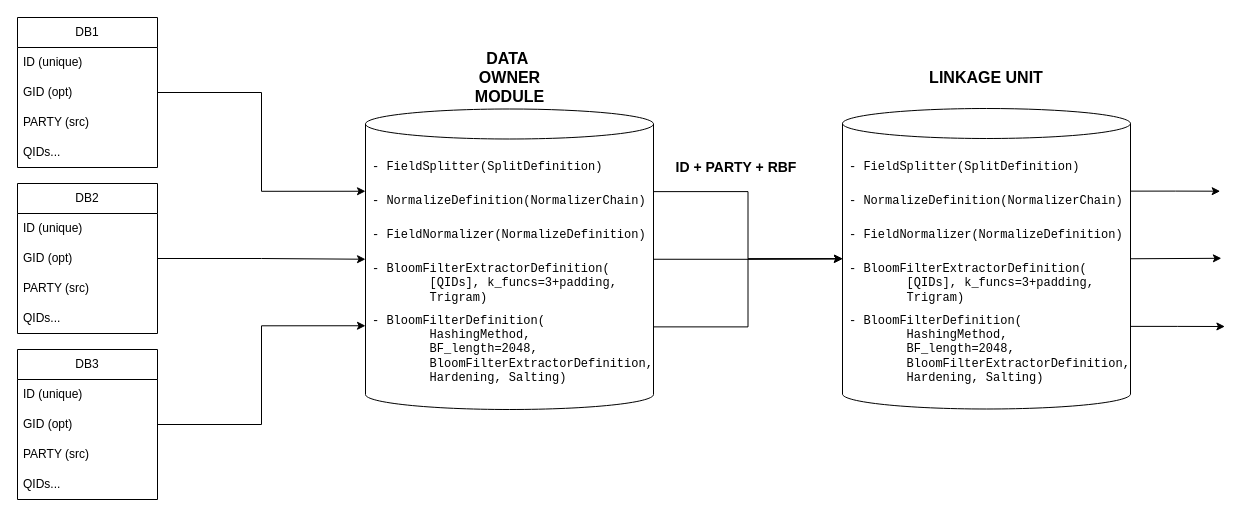
Above: Diagrams/PRIMAT_workflow.drawio in giove29/DataRiver-PPRL (draw.io), before the change. Source tidied: cells renumbered, new cells numbered last; positions are measured from the earlier drawing's top-left corner, leaving out a move shared by most shapes. Both pictures are drawn from the tidied source at 100%, with x=0, y=0 at pixel (17, 17).
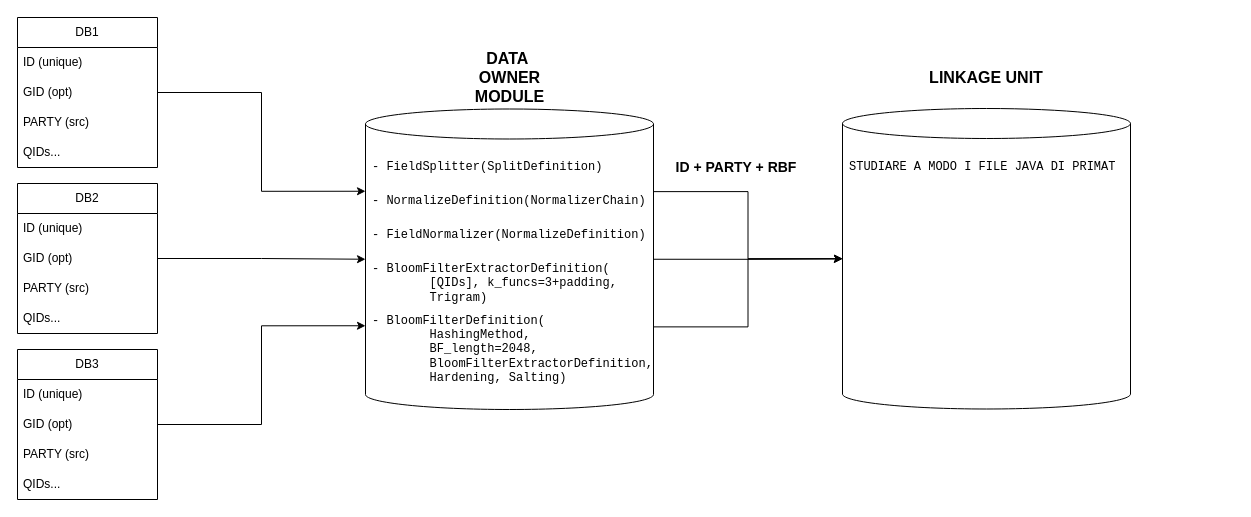
After the change.

The change refers to these unchanged cells:
```xml
<mxCell id="31" style="shape=cylinder3;whiteSpace=wrap;html=1;boundedLbl=1;backgroundOutline=1;size=15;" parent="1" vertex="1">
  <mxGeometry x="825" y="91" width="288" height="300.5" as="geometry" />
</mxCell>
```

Change to the diagram source:
```diff
@@
-    <mxCell id="28" style="edgeStyle=orthogonalEdgeStyle;rounded=0;jettySize=auto;html=1;exitX=1;exitY=0;exitDx=0;exitDy=82.625;exitPerimeter=0;" parent="1" edge="1" source="31">
-      <mxGeometry relative="1" as="geometry">
-        <mxPoint x="1202.7" y="173.7" as="targetPoint" />
-      </mxGeometry>
-    </mxCell>
-    <mxCell id="29" style="edgeStyle=orthogonalEdgeStyle;rounded=0;jettySize=auto;html=1;exitX=1;exitY=0.5;exitDx=0;exitDy=0;exitPerimeter=0;" parent="1" edge="1" source="31">
-      <mxGeometry relative="1" as="geometry">
-        <mxPoint x="1203.9" y="240.8" as="targetPoint" />
-      </mxGeometry>
-    </mxCell>
-    <mxCell id="30" style="edgeStyle=orthogonalEdgeStyle;rounded=0;jettySize=auto;html=1;exitX=1;exitY=0;exitDx=0;exitDy=217.875;exitPerimeter=0;" parent="1" edge="1" source="31">
-      <mxGeometry relative="1" as="geometry">
-        <mxPoint x="1207.4" y="309" as="targetPoint" />
-      </mxGeometry>
-    </mxCell>
@@
-    <mxCell id="33" value="&lt;div style=&quot;&quot;&gt;&lt;pre style=&quot;font-family:'JetBrains Mono',monospace;font-size:9,8pt;&quot;&gt;- FieldSplitter(SplitDefinition)&lt;/pre&gt;&lt;/div&gt;" style="text;html=1;whiteSpace=wrap;strokeColor=none;fillColor=none;align=left;verticalAlign=middle;rounded=0;labelBackgroundColor=default;fontColor=light-dark(#000000,#FFFFFF);" parent="1" vertex="1">
+    <mxCell id="33" value="&lt;div style=&quot;&quot;&gt;&lt;pre style=&quot;font-family:'JetBrains Mono',monospace;font-size:9,8pt;&quot;&gt;STUDIARE A MODO I FILE JAVA DI PRIMAT&lt;/pre&gt;&lt;/div&gt;" style="text;html=1;whiteSpace=wrap;strokeColor=none;fillColor=none;align=left;verticalAlign=middle;rounded=0;labelBackgroundColor=default;fontColor=light-dark(#000000,#FFFFFF);" parent="1" vertex="1">
       <mxGeometry x="830" y="134.5" width="60" height="30" as="geometry" />
     </mxCell>
-    <mxCell id="34" value="&lt;div style=&quot;&quot;&gt;&lt;pre style=&quot;font-family:'JetBrains Mono',monospace;font-size:9,8pt;&quot;&gt;- NormalizeDefinition(NormalizerChain)&lt;br&gt;&lt;/pre&gt;&lt;/div&gt;" style="text;html=1;whiteSpace=wrap;strokeColor=none;fillColor=none;align=left;verticalAlign=middle;rounded=0;fontColor=default;labelBackgroundColor=default;" parent="1" vertex="1">
-      <mxGeometry x="830" y="168.5" width="60" height="30" as="geometry" />
-    </mxCell>
-    <mxCell id="35" value="&lt;div style=&quot;&quot;&gt;&lt;pre style=&quot;font-family:'JetBrains Mono',monospace;font-size:9,8pt;&quot;&gt;- FieldNormalizer(NormalizeDefinition)&lt;/pre&gt;&lt;/div&gt;" style="text;html=1;whiteSpace=wrap;strokeColor=none;fillColor=none;align=left;verticalAlign=middle;rounded=0;labelBackgroundColor=default;fontColor=light-dark(#000000,#FFFFFF);" parent="1" vertex="1">
-      <mxGeometry x="830" y="202.5" width="60" height="30" as="geometry" />
-    </mxCell>
-    <mxCell id="36" value="&lt;div style=&quot;&quot;&gt;&lt;pre style=&quot;font-family:'JetBrains Mono',monospace;font-size:9,8pt;&quot;&gt;- BloomFilterExtractorDefinition(&lt;br&gt;&lt;span style=&quot;white-space: pre;&quot;&gt;&#9;&lt;/span&gt;[QIDs], k_funcs=3+padding,&lt;br&gt;&lt;span style=&quot;white-space: pre;&quot;&gt;&#9;&lt;/span&gt;Trigram)&lt;/pre&gt;&lt;/div&gt;" style="text;html=1;whiteSpace=wrap;fillColor=none;align=left;verticalAlign=middle;rounded=0;labelBackgroundColor=none;textShadow=0;" parent="1" vertex="1">
-      <mxGeometry x="830" y="250.5" width="60" height="30" as="geometry" />
-    </mxCell>
-    <mxCell id="37" value="&lt;div style=&quot;&quot;&gt;&lt;pre style=&quot;&quot;&gt;&lt;font face=&quot;JetBrains Mono, monospace&quot;&gt;- BloomFilterDefinition(&lt;br&gt;&lt;span style=&quot;white-space: pre;&quot;&gt;&#9;&lt;/span&gt;HashingMethod,&lt;br&gt;&lt;span style=&quot;white-space: pre;&quot;&gt;&#9;&lt;/span&gt;BF_length=2048,&lt;br&gt;&lt;span style=&quot;white-space: pre;&quot;&gt;&#9;&lt;/span&gt;BloomFilterExtractorDefinition,&lt;br&gt;&lt;span style=&quot;white-space: pre;&quot;&gt;&#9;&lt;/span&gt;Hardening, Salting)&lt;br&gt;&lt;/font&gt;&lt;font face=&quot;JetBrains Mono, monospace&quot;&gt;&lt;/font&gt;&lt;/pre&gt;&lt;/div&gt;" style="text;html=1;whiteSpace=wrap;strokeColor=none;fillColor=none;align=left;verticalAlign=middle;rounded=0;fontColor=default;labelBackgroundColor=none;" parent="1" vertex="1">
-      <mxGeometry x="830" y="316.5" width="92" height="30" as="geometry" />
-    </mxCell>
```
